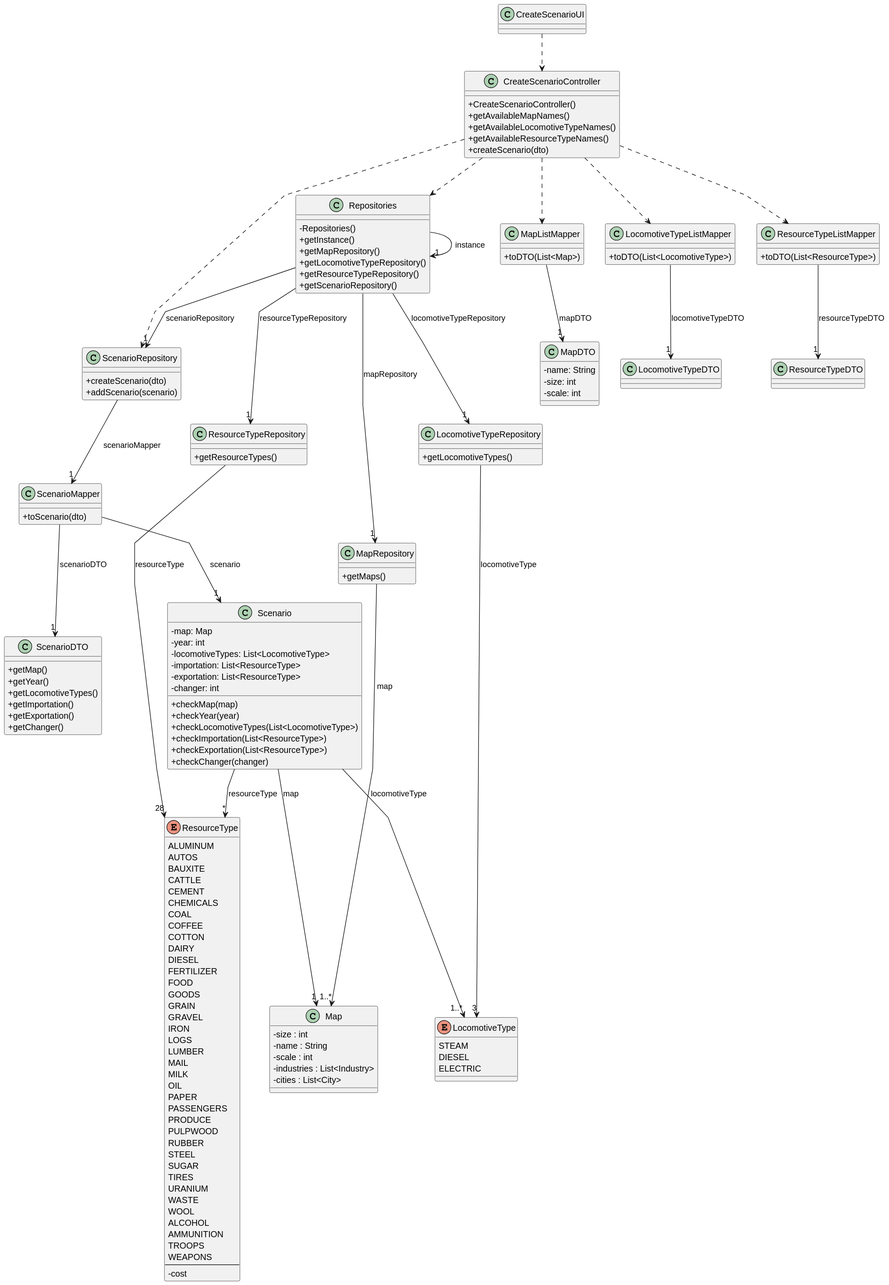
This is Sprint3/US004/03.design/svg/US004-CD.svg from 1240935/pi2-railway-simulator, a PlantUML export, as it was before one commit.
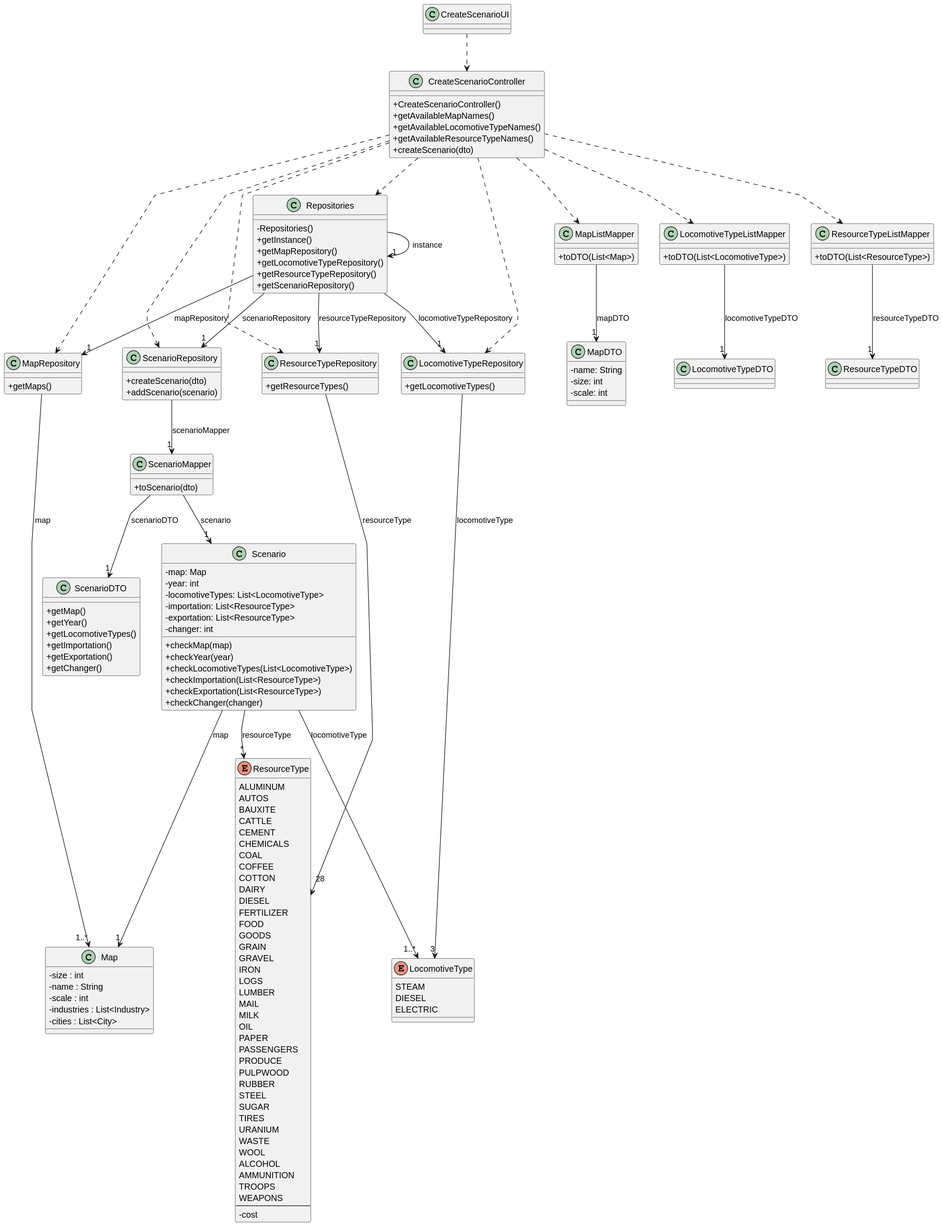
After the commit.

Diff of the diagram source:
```diff
@@ -151,6 +151,9 @@
     CreateScenarioController ..> LocomotiveTypeListMapper
     CreateScenarioController ..> ResourceTypeListMapper
     CreateScenarioController ..> ScenarioRepository
+    CreateScenarioController ..> MapRepository
+    CreateScenarioController ..> ResourceTypeRepository
+    CreateScenarioController ..> LocomotiveTypeRepository
 
     ScenarioRepository --> "1" ScenarioMapper: scenarioMapper
 
```
